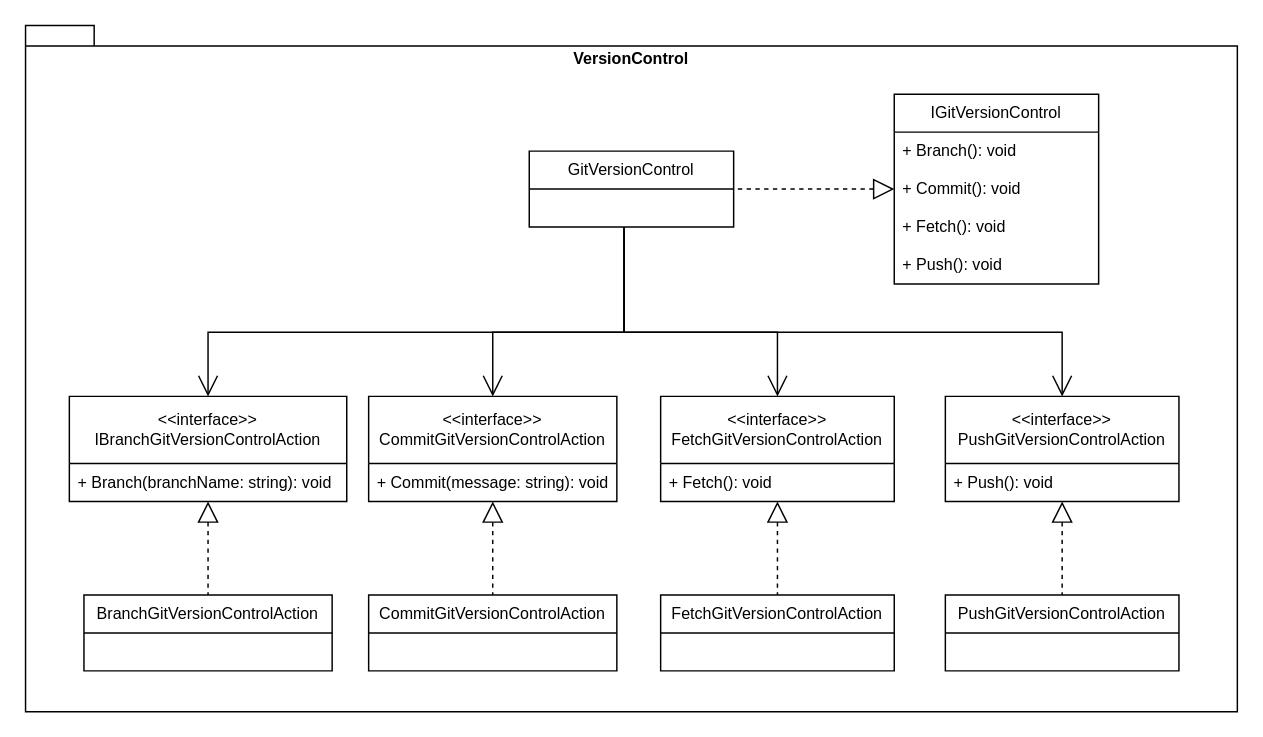
The draw.io diagram page "VersionControl" (2 of 4) of diagrams/ClassDiagrams.drawio in janvb24/SOA3AvansDevOps, before the edit. Source tidied: cells renumbered, new cells numbered last; positions are measured from the earlier drawing's top-left corner, leaving out a move shared by most shapes. Both pictures are drawn from the tidied source at 146%, with x=0, y=0 at pixel (25, 25).
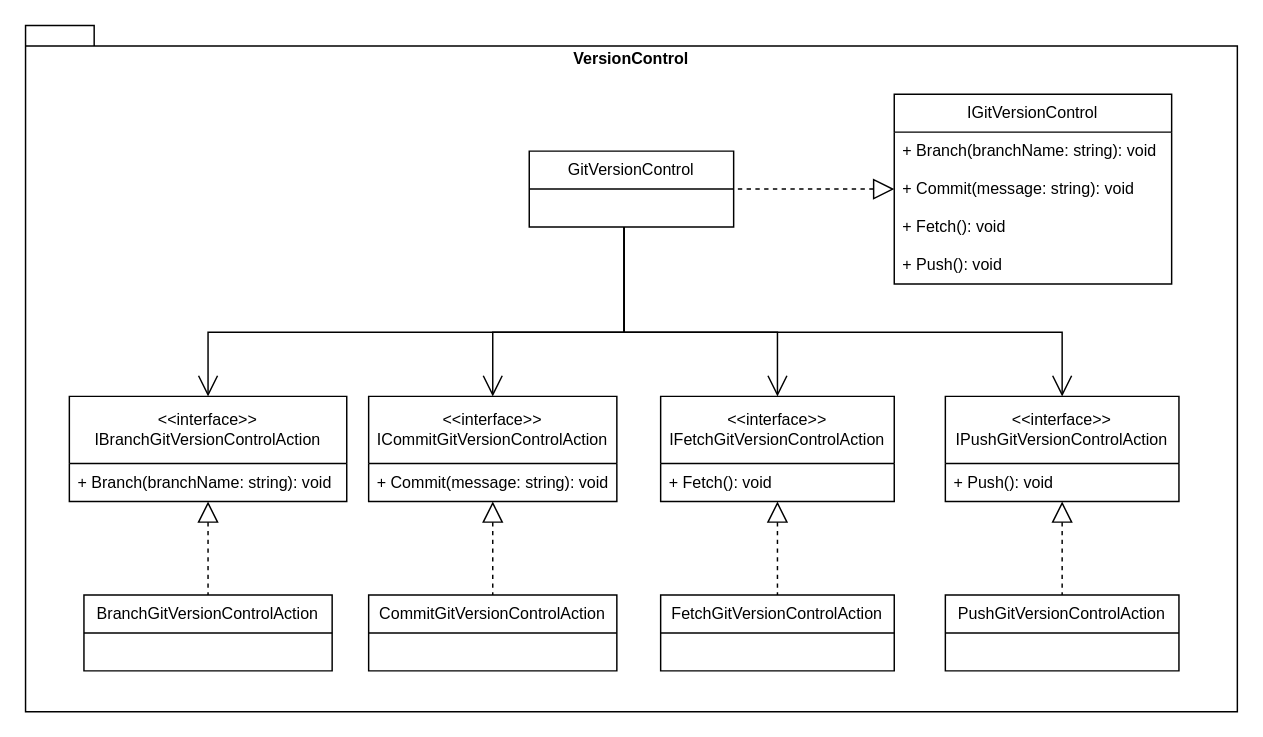
After the change.

The edit, as a diff of the source:
```diff
@@
     <mxCell id="9" value="IGitVersionControl" style="swimlane;fontStyle=0;horizontal=1;startSize=26;fillColor=none;whiteSpace=wrap;html=1;fontFamily=Helvetica;fontSize=11;fontColor=default;labelBackgroundColor=default;" parent="1" vertex="1">
-      <mxGeometry x="595" y="47" width="140" height="130" as="geometry" />
+      <mxGeometry x="595" y="47" width="190" height="130" as="geometry" />
     </mxCell>
-    <mxCell id="10" value="+ Branch(): void" style="text;strokeColor=none;fillColor=none;align=left;verticalAlign=top;spacingLeft=4;spacingRight=4;overflow=hidden;whiteSpace=wrap;html=1;fontFamily=Helvetica;fontSize=11;fontColor=default;labelBackgroundColor=default;" parent="9" vertex="1">
-      <mxGeometry y="26" width="140" height="26" as="geometry" />
+    <mxCell id="10" value="+ Branch(branchName: string): void" style="text;strokeColor=none;fillColor=none;align=left;verticalAlign=top;spacingLeft=4;spacingRight=4;overflow=hidden;whiteSpace=wrap;html=1;fontFamily=Helvetica;fontSize=11;fontColor=default;labelBackgroundColor=default;" parent="9" vertex="1">
+      <mxGeometry y="26" width="190" height="26" as="geometry" />
     </mxCell>
-    <mxCell id="11" value="+ Commit(): void" style="text;strokeColor=none;fillColor=none;align=left;verticalAlign=top;spacingLeft=4;spacingRight=4;overflow=hidden;whiteSpace=wrap;html=1;fontFamily=Helvetica;fontSize=11;fontColor=default;labelBackgroundColor=default;" parent="9" vertex="1">
-      <mxGeometry y="52" width="140" height="26" as="geometry" />
+    <mxCell id="11" value="+ Commit(message: string): void" style="text;strokeColor=none;fillColor=none;align=left;verticalAlign=top;spacingLeft=4;spacingRight=4;overflow=hidden;whiteSpace=wrap;html=1;fontFamily=Helvetica;fontSize=11;fontColor=default;labelBackgroundColor=default;" parent="9" vertex="1">
+      <mxGeometry y="52" width="190" height="26" as="geometry" />
     </mxCell>
     <mxCell id="12" value="+ Fetch(): void" style="text;strokeColor=none;fillColor=none;align=left;verticalAlign=top;spacingLeft=4;spacingRight=4;overflow=hidden;whiteSpace=wrap;html=1;fontFamily=Helvetica;fontSize=11;fontColor=default;labelBackgroundColor=default;" parent="9" vertex="1">
-      <mxGeometry y="78" width="140" height="26" as="geometry" />
+      <mxGeometry y="78" width="190" height="26" as="geometry" />
     </mxCell>
     <mxCell id="13" value="+ Push(): void" style="text;strokeColor=none;fillColor=none;align=left;verticalAlign=top;spacingLeft=4;spacingRight=4;overflow=hidden;whiteSpace=wrap;html=1;fontFamily=Helvetica;fontSize=11;fontColor=default;labelBackgroundColor=default;" parent="9" vertex="1">
-      <mxGeometry y="104" width="140" height="26" as="geometry" />
+      <mxGeometry y="104" width="190" height="26" as="geometry" />
     </mxCell>
@@
-    <mxCell id="16" value="&lt;div&gt;&amp;lt;&amp;lt;interface&amp;gt;&amp;gt;&lt;/div&gt;CommitGitVersionControlAction" style="swimlane;fontStyle=0;horizontal=1;startSize=46;fillColor=none;whiteSpace=wrap;html=1;fontFamily=Helvetica;fontSize=11;fontColor=default;labelBackgroundColor=default;" parent="1" vertex="1">
+    <mxCell id="16" value="&lt;div&gt;&amp;lt;&amp;lt;interface&amp;gt;&amp;gt;&lt;/div&gt;ICommitGitVersionControlAction" style="swimlane;fontStyle=0;horizontal=1;startSize=46;fillColor=none;whiteSpace=wrap;html=1;fontFamily=Helvetica;fontSize=11;fontColor=default;labelBackgroundColor=default;" parent="1" vertex="1">
       <mxGeometry x="235" y="254" width="170" height="72" as="geometry" />
     </mxCell>
@@
-    <mxCell id="19" value="&lt;div&gt;&amp;lt;&amp;lt;interface&amp;gt;&amp;gt;&lt;/div&gt;FetchGitVersionControlAction" style="swimlane;fontStyle=0;horizontal=1;startSize=46;fillColor=none;whiteSpace=wrap;html=1;fontFamily=Helvetica;fontSize=11;fontColor=default;labelBackgroundColor=default;" parent="1" vertex="1">
+    <mxCell id="19" value="&lt;div&gt;&amp;lt;&amp;lt;interface&amp;gt;&amp;gt;&lt;/div&gt;IFetchGitVersionControlAction" style="swimlane;fontStyle=0;horizontal=1;startSize=46;fillColor=none;whiteSpace=wrap;html=1;fontFamily=Helvetica;fontSize=11;fontColor=default;labelBackgroundColor=default;" parent="1" vertex="1">
       <mxGeometry x="435" y="254" width="160" height="72" as="geometry" />
     </mxCell>
@@
-    <mxCell id="22" value="&lt;div&gt;&amp;lt;&amp;lt;interface&amp;gt;&amp;gt;&lt;/div&gt;PushGitVersionControlAction" style="swimlane;fontStyle=0;horizontal=1;startSize=46;fillColor=none;whiteSpace=wrap;html=1;fontFamily=Helvetica;fontSize=11;fontColor=default;labelBackgroundColor=default;" parent="1" vertex="1">
+    <mxCell id="22" value="&lt;div&gt;&amp;lt;&amp;lt;interface&amp;gt;&amp;gt;&lt;/div&gt;IPushGitVersionControlAction" style="swimlane;fontStyle=0;horizontal=1;startSize=46;fillColor=none;whiteSpace=wrap;html=1;fontFamily=Helvetica;fontSize=11;fontColor=default;labelBackgroundColor=default;" parent="1" vertex="1">
       <mxGeometry x="630" y="254" width="160" height="72" as="geometry" />
     </mxCell>
```
